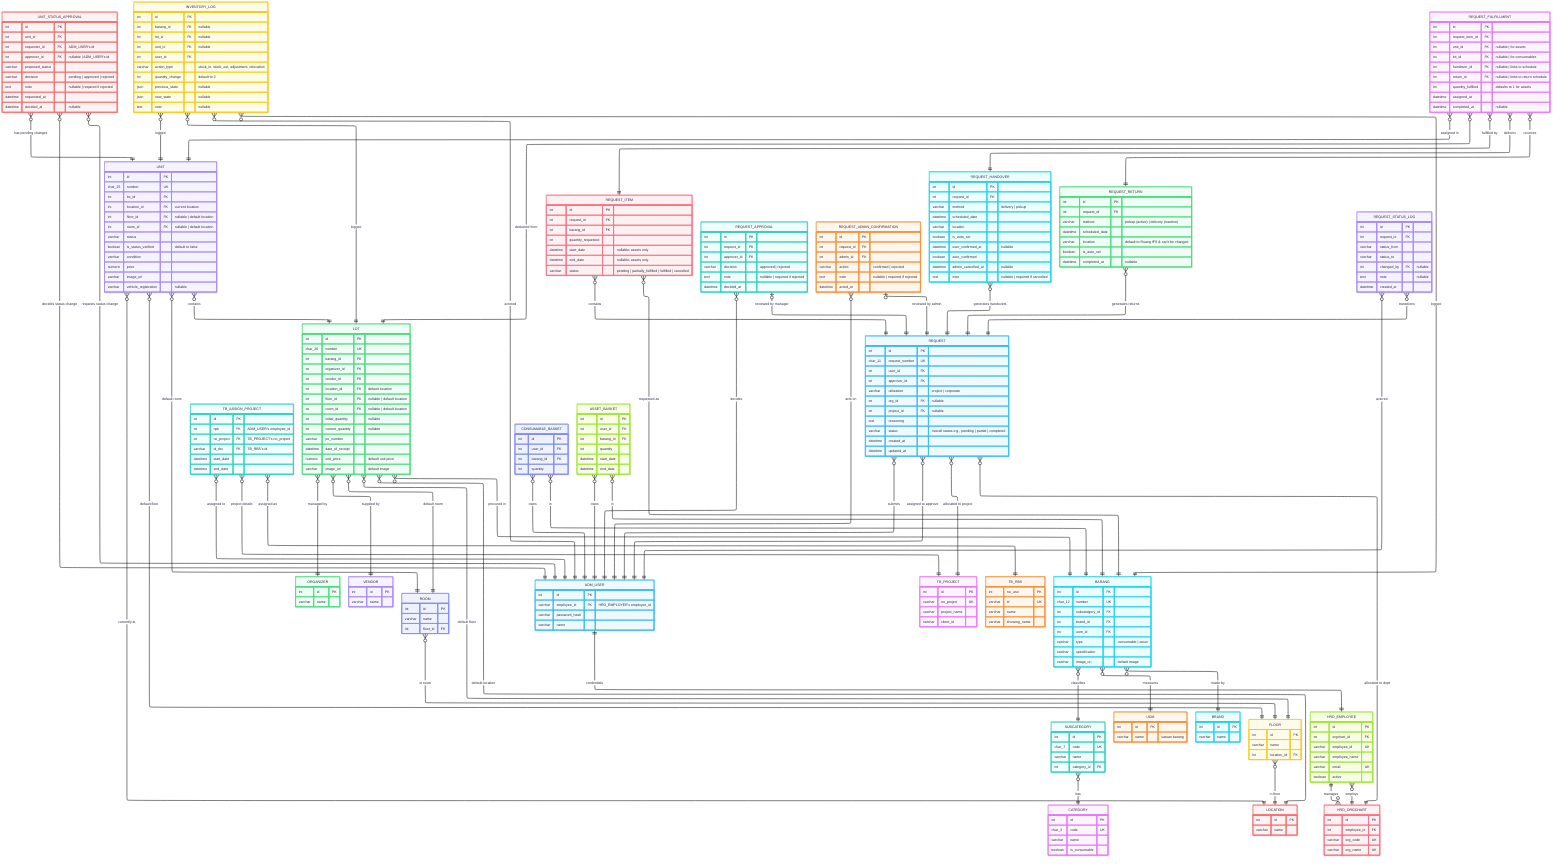
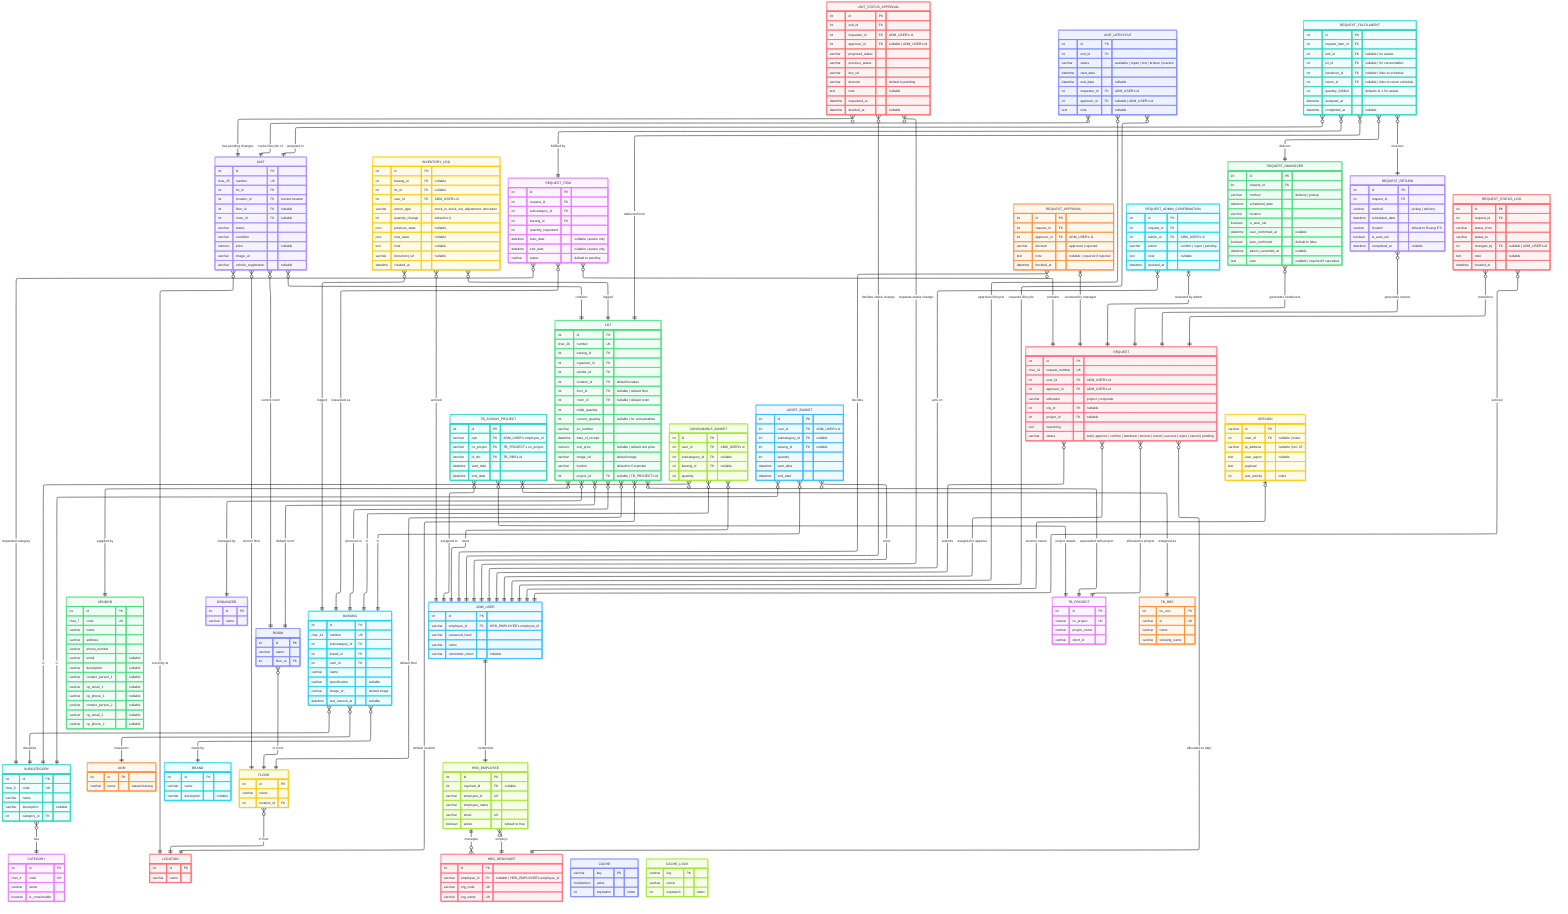
---
config:
  look: neo
  theme: redux-color
  fontFamily: '''Recursive Variable'', sans-serif'
  themeVariables:
    fontFamily: '''Recursive Variable'', sans-serif'
  layout: elk
---
erDiagram
    direction BT
    CATEGORY {
        int id PK ""
-         char_3 code UK ""
+         char_4 code UK ""
        varchar name  ""
        boolean is_consumable  ""
    }

    SUBCATEGORY {
        int id PK ""
+         char_9 code UK ""
+         varchar name  ""
+         varchar description  "nullable"
+         int category_id FK ""
+     }
+ 
+     UOM {
+         int id PK ""
+         varchar name  "satuan barang"
+     }
+ 
+     BRAND {
+         int id PK ""
+         varchar name  ""
+         varchar description  "nullable"
+     }
+ 
+     VENDOR {
+         int id PK ""
        char_7 code UK ""
        varchar name  ""
-         int category_id FK ""
-     }
- 
-     UOM {
-         int id PK ""
-         varchar name  "satuan barang"
-     }
- 
-     BRAND {
-         int id PK ""
-         varchar name  ""
+         varchar address  ""
+         varchar phone_number  ""
+         varchar email  "nullable"
+         varchar description  "nullable"
+         varchar contact_person_1  "nullable"
+         varchar cp_email_1  "nullable"
+         varchar cp_phone_1  "nullable"
+         varchar contact_person_2  "nullable"
+         varchar cp_email_2  "nullable"
+         varchar cp_phone_2  "nullable"
    }

    ORGANIZER {
        int id PK ""
        varchar name  ""
    }

-     VENDOR {
-         int id PK ""
-         varchar name  ""
-     }
- 
    LOCATION {
        int id PK ""
        varchar name  ""
    }

    FLOOR {
        int id PK ""
        varchar name  ""
        int location_id FK ""
    }

    ROOM {
        int id PK ""
        varchar name  ""
        int floor_id FK ""
    }

    HRD_EMPLOYEE {
        int id PK ""
-         int orgchart_id FK ""
+         int orgchart_id FK "nullable"
        varchar employee_id UK ""
        varchar employee_name  ""
        varchar email UK ""
-         boolean active  ""
+         boolean active  "default to true"
    }

    ADM_USER {
        int id PK ""
        varchar employee_id FK "HRD_EMPLOYEE's employee_id"
        varchar password_hash  ""
        varchar name  ""
+         varchar remember_token  "nullable"
    }

    HRD_ORGCHART {
        int id PK ""
-         int employee_id FK ""
+         varchar employee_id FK "nullable | HRD_EMPLOYEE's employee_id"
        varchar org_code UK ""
        varchar org_name UK ""
    }

    TB_PROJECT {
        int id PK ""
        varchar no_project UK ""
        varchar project_name  ""
        varchar client_id  ""
    }

    TB_ASSIGN_PROJECT {
        int id PK ""
-         int npk FK "ADM_USER's employee_id"
-         int no_project FK "TB_PROJECT's no_project"
+         varchar npk FK "ADM_USER's employee_id"
+         varchar no_project FK "TB_PROJECT's no_project"
        varchar id_rbs FK "TB_RBS's id"
        datetime start_date  ""
        datetime end_date  ""
    }

    TB_RBS {
        int no_urut PK ""
        varchar id UK ""
        varchar name  ""
        varchar showing_name  ""
    }

    BARANG {
        int id PK ""
-         char_12 number UK ""
+         char_14 number UK ""
        int subcategory_id FK ""
        int brand_id FK ""
        int uom_id FK ""
-         varchar type  "consumable | asset"
-         varchar specification  ""
+         varchar name  ""
+         varchar specification  "nullable"
        varchar image_url  "default image"
+         datetime last_restock_at  "nullable"
    }

    LOT {
        int id PK ""
        char_26 number UK ""
        int barang_id FK ""
        int organizer_id FK ""
        int vendor_id FK ""
        int location_id FK "default location"
-         int floor_id FK "nullable | default location"
-         int room_id FK "nullable | default location"
-         int initial_quantity "nullable"
-         int current_quantity "nullable"
+         int floor_id FK "nullable | default floor"
+         int room_id FK "nullable | default room"
+         int initial_quantity  ""
+         int current_quantity  "nullable | for consumables"
        varchar po_number  ""
        datetime date_of_receipt  ""
-         numeric unit_price  "default unit price"
+         numeric unit_price  "nullable | default unit price"
        varchar image_url  "default image"
+         varchar burden  "default to Corporate"
+         int project_id FK "nullable | TB_PROJECT's id"
    }

    UNIT {
        int id PK ""
        char_25 number UK ""
        int lot_id FK ""
        int location_id FK "current location"
-         int floor_id FK "nullable | default location"
-         int room_id FK "nullable | default location"
+         int floor_id FK "nullable"
+         int room_id FK "nullable"
        varchar status  ""
-         boolean is_status_verified  "default to false"
        varchar condition  ""
-         numeric price  ""
+         numeric price  "nullable"
        varchar image_url  ""
        varchar vehicle_registration  "nullable"
    }

    UNIT_STATUS_APPROVAL {
        int id PK ""
        int unit_id FK ""
        int requester_id FK "ADM_USER's id"
        int approver_id FK "nullable | ADM_USER's id"
-         varchar proposed_status ""
-         varchar decision "pending | approved | rejected"
-         text note "nullable | required if rejected"
-         datetime requested_at ""
-         datetime decided_at "nullable"
+         varchar proposed_status  ""
+         varchar previous_status  ""
+         varchar doc_url  ""
+         varchar decision  "default to pending"
+         text note  "nullable"
+         datetime requested_at  ""
+         datetime decided_at  "nullable"
    }

    INVENTORY_LOG {
        int id PK ""
        int barang_id FK "nullable"
        int lot_id FK "nullable"
-         int unit_id FK "nullable"
-         int user_id FK ""
+         int user_id FK "ADM_USER's id"
        varchar action_type  "stock_in, stock_out, adjustment, relocation"
        int quantity_change  "default to 0"
        json previous_state  "nullable"
        json new_state  "nullable"
        text note  "nullable"
+         varchar document_url  "nullable"
+         datetime created_at  ""
+     }
+ 
+     UNIT_LIFECYCLE {
+         int id PK ""
+         int unit_id FK ""
+         varchar status  "available | repair | lost | broken | inactive"
+         datetime start_date  ""
+         datetime end_date  "nullable"
+         int requester_id FK "ADM_USER's id"
+         int approver_id FK "nullable | ADM_USER's id"
+         text note  "nullable"
    }

    CONSUMABLE_BASKET {
        int id PK ""
-         int user_id FK ""
-         int barang_id FK ""
-         int quantity ""
+         int user_id FK "ADM_USER's id"
+         int subcategory_id FK "nullable"
+         int barang_id FK "nullable"
+         int quantity  ""
    }

    ASSET_BASKET {
        int id PK ""
-         int user_id FK ""
-         int barang_id FK ""
-         int quantity ""
-         datetime start_date ""
-         datetime end_date ""
+         int user_id FK "ADM_USER's id"
+         int subcategory_id FK "nullable"
+         int barang_id FK "nullable"
+         int quantity  ""
+         datetime start_date  ""
+         datetime end_date  ""
    }

    REQUEST {
        int id PK ""
        char_11 request_number UK ""
-         int user_id FK ""
-         int approver_id FK ""
+         int user_id FK "ADM_USER's id"
+         int approver_id FK "ADM_USER's id"
        varchar utilization  "project | corporate"
        int org_id FK "nullable"
        int project_id FK "nullable"
        text reasoning  ""
-         varchar status  "overall status e.g., pending | partial | completed"
-         datetime created_at  ""
-         datetime updated_at  ""
+         varchar status  "wait | approve | confirm | handover | borrow | return | success | reject | cancel | pending"
    }

    REQUEST_ITEM {
        int id PK ""
        int request_id FK ""
+         int subcategory_id FK ""
        int barang_id FK ""
        int quantity_requested  ""
-         datetime start_date  "nullable; assets only"
-         datetime end_date  "nullable; assets only"
-         varchar status "pending | partially_fulfilled | fulfilled | cancelled"
+         datetime start_date  "nullable | assets only"
+         datetime end_date  "nullable | assets only"
+         varchar status  "default to pending"
    }

    REQUEST_FULFILLMENT {
        int id PK ""
        int request_item_id FK ""
        int unit_id FK "nullable | for assets"
        int lot_id FK "nullable | for consumables"
        int handover_id FK "nullable | links to schedule"
        int return_id FK "nullable | links to return schedule"
        int quantity_fulfilled  "defaults to 1 for assets"
        datetime assigned_at  ""
        datetime completed_at  "nullable"
    }

    REQUEST_APPROVAL {
        int id PK ""
        int request_id FK ""
-         int approver_id FK ""
+         int approver_id FK "ADM_USER's id"
        varchar decision  "approved | rejected"
        text note  "nullable | required if rejected"
        datetime decided_at  ""
    }

    REQUEST_ADMIN_CONFIRMATION {
        int id PK ""
        int request_id FK ""
-         int admin_id FK ""
-         varchar action  "confirmed | rejected"
-         text note  "nullable | required if rejected"
-         datetime acted_at  ""
+         int admin_id FK "ADM_USER's id"
+         varchar action  "confirm | reject | pending"
+         text note  "nullable"
+         datetime decided_at  ""
    }

    REQUEST_HANDOVER {
        int id PK ""
        int request_id FK ""
        varchar method  "delivery | pickup"
        datetime scheduled_date  ""
        varchar location  ""
        boolean is_auto_set  ""
        datetime user_confirmed_at  "nullable"
-         boolean auto_confirmed  ""
+         boolean auto_confirmed  "default to false"
        datetime admin_cancelled_at  "nullable"
        text note  "nullable | required if cancelled"
    }

    REQUEST_RETURN {
        int id PK ""
        int request_id FK ""
-         varchar method  "pickup (active) | delivery (inactive)"
+         varchar method  "pickup | delivery"
        datetime scheduled_date  ""
-         varchar location  "default to Ruang IFS & can't be changed"
+         varchar location  "default to Ruang IFS"
        boolean is_auto_set  ""
        datetime completed_at  "nullable"
    }

    REQUEST_STATUS_LOG {
        int id PK ""
        int request_id FK ""
        varchar status_from  ""
        varchar status_to  ""
-         int changed_by FK "nullable"
+         int changed_by FK "nullable | ADM_USER's id"
        text note  "nullable"
        datetime created_at  ""
+     }
+ 
+     SESSION {
+         varchar id PK ""
+         int user_id FK "nullable | index"
+         varchar ip_address  "nullable | len: 45"
+         text user_agent  "nullable"
+         text payload  ""
+         int last_activity  "index"
+     }
+ 
+     CACHE {
+         varchar key PK ""
+         mediumtext value  ""
+         int expiration  "index"
+     }
+ 
+     CACHE_LOCK {
+         varchar key PK ""
+         varchar owner  ""
+         int expiration  "index"
    }

    CATEGORY||--o{SUBCATEGORY:"has"
    SUBCATEGORY||--o{BARANG:"classifies"
    UOM||--o{BARANG:"measures"
    BRAND||--o{BARANG:"made by"
    BARANG||--o{LOT:"procured in"
    ORGANIZER||--o{LOT:"managed by"
    VENDOR||--o{LOT:"supplied by"
    LOCATION||--o{LOT:"default location"
    FLOOR||--o{LOT:"default floor"
    ROOM||--o{LOT:"default room"
    LOT||--o{UNIT:"contains"
    LOCATION||--o{UNIT:"currently at"
-     FLOOR||--o{UNIT:"default floor"
-     ROOM||--o{UNIT:"default room"
+     FLOOR||--o{UNIT:"current floor"
+     ROOM||--o{UNIT:"current room"
    HRD_EMPLOYEE||--||ADM_USER:"credentials"
    HRD_ORGCHART||--o{HRD_EMPLOYEE:"employs"
    HRD_EMPLOYEE||--o{HRD_ORGCHART:"manages"
    ADM_USER||--o{CONSUMABLE_BASKET:"owns"
    BARANG||--o{CONSUMABLE_BASKET:"in"
+     SUBCATEGORY||--o{CONSUMABLE_BASKET:"in"
    ADM_USER||--o{ASSET_BASKET:"owns"
    BARANG||--o{ASSET_BASKET:"in"
+     SUBCATEGORY||--o{ASSET_BASKET:"in"
    ADM_USER||--o{TB_ASSIGN_PROJECT:"assigned to"
    TB_PROJECT||--o{TB_ASSIGN_PROJECT:"project details"
    TB_RBS||--o{TB_ASSIGN_PROJECT:"assigned as"
    ADM_USER||--o{REQUEST:"submits"
    ADM_USER||--o{REQUEST:"assigned to approve"
    TB_PROJECT||--o{REQUEST:"allocated to project"
    HRD_ORGCHART||--o{REQUEST:"allocated to dept"
    REQUEST||--o{REQUEST_ITEM:"contains"
    BARANG||--o{REQUEST_ITEM:"requested as"
+     SUBCATEGORY||--o{REQUEST_ITEM:"requested category"
    REQUEST_ITEM||--o{REQUEST_FULFILLMENT:"fulfilled by"
    UNIT||--o{REQUEST_FULFILLMENT:"assigned in"
    LOT||--o{REQUEST_FULFILLMENT:"deducted from"
    REQUEST||--o{REQUEST_HANDOVER:"generates handovers"
    REQUEST_HANDOVER||--o{REQUEST_FULFILLMENT:"delivers"
    REQUEST||--o{REQUEST_RETURN:"generates returns"
    REQUEST_RETURN||--o{REQUEST_FULFILLMENT:"receives"
    REQUEST||--o|REQUEST_APPROVAL:"reviewed by manager"
    ADM_USER||--o{REQUEST_APPROVAL:"decides"
    REQUEST||--o|REQUEST_ADMIN_CONFIRMATION:"reviewed by admin"
    ADM_USER||--o{REQUEST_ADMIN_CONFIRMATION:"acts on"
    REQUEST||--o{REQUEST_STATUS_LOG:"transitions"
    ADM_USER||--o{REQUEST_STATUS_LOG:"actored"
    BARANG||--o{INVENTORY_LOG:"logged"
    LOT||--o{INVENTORY_LOG:"logged"
-     UNIT||--o{INVENTORY_LOG:"logged"
+     UNIT||--o{UNIT_LIFECYCLE:"tracks lifecycle of"
+     ADM_USER||--o{UNIT_LIFECYCLE:"requests lifecycle"
+     ADM_USER||--o{UNIT_LIFECYCLE:"approves lifecycle"
    UNIT||--o{UNIT_STATUS_APPROVAL:"has pending changes"
    ADM_USER||--o{UNIT_STATUS_APPROVAL:"requests status change"
    ADM_USER||--o{UNIT_STATUS_APPROVAL:"decides status change"
    ADM_USER||--o{INVENTORY_LOG:"actored"
    LOCATION||--o{FLOOR:"in floor"
-     FLOOR||--o{ROOM:"in room"+     FLOOR||--o{ROOM:"in room"
+     TB_PROJECT||--o{LOT:"associated with project"
+     ADM_USER||--o|SESSION:"session owner"